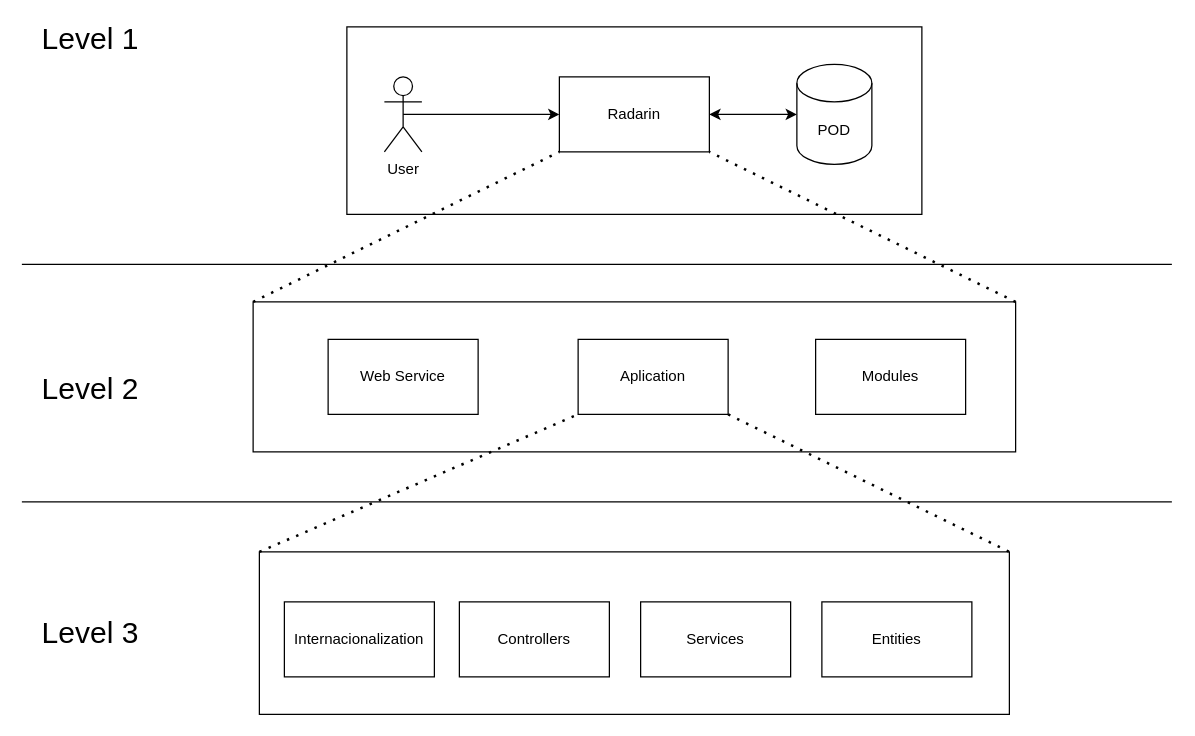
This is Architectural Elements/DriagramsRawType/05-BuildingBlockDiagram.drawio from Arquisoft/radarin_es3a, a draw.io file, before an edit. Source tidied: cells renumbered, new cells numbered last; positions are measured from the earlier drawing's top-left corner, leaving out a move shared by most shapes. Both pictures are drawn from the tidied source at 125%, with x=0, y=0 at pixel (21, 26).
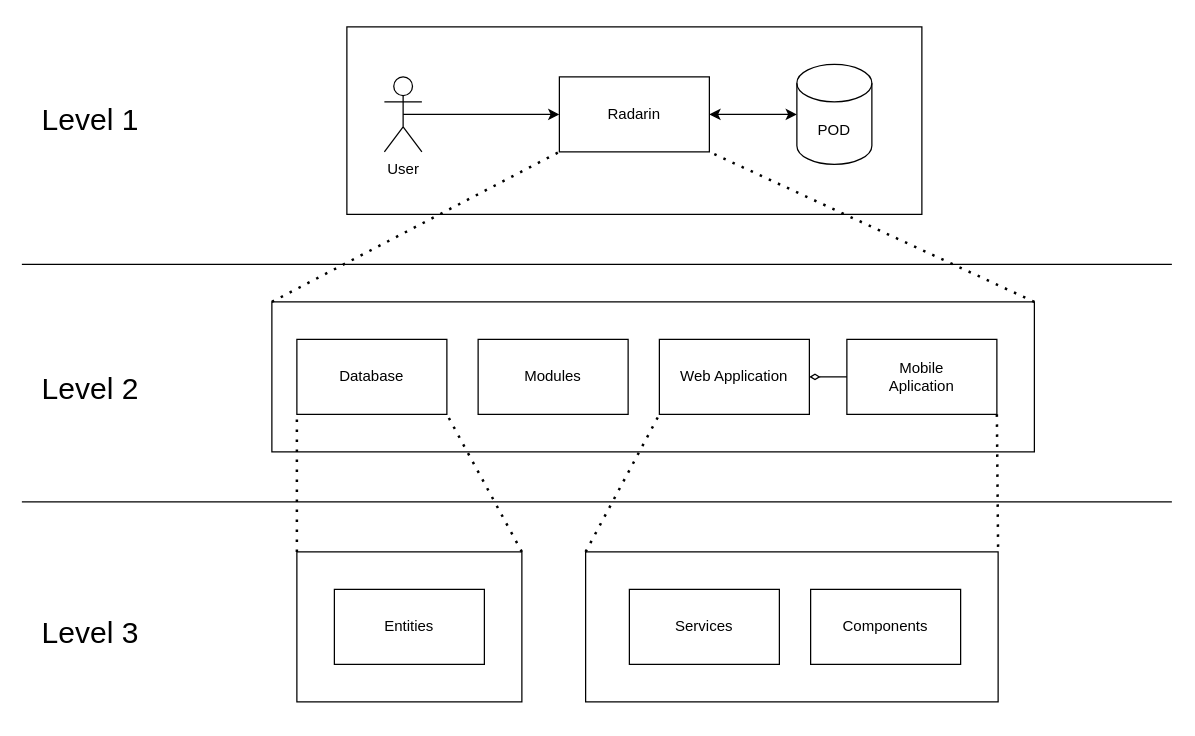
Above is the later version.

Change to the diagram source:
```diff
@@
+    <mxCell id="26" style="rounded=0;whiteSpace=wrap;html=1;" parent="1" vertex="1">
+      <mxGeometry x="220" y="420" width="180" height="120" as="geometry" />
+    </mxCell>
@@
     <mxCell id="8" style="rounded=0;whiteSpace=wrap;html=1;" parent="1" vertex="1">
-      <mxGeometry x="185" y="220" width="610" height="120" as="geometry" />
+      <mxGeometry x="200" y="220" width="610" height="120" as="geometry" />
     </mxCell>
-    <mxCell id="9" value="&lt;div&gt;Aplication&lt;/div&gt;" style="rounded=0;whiteSpace=wrap;html=1;" parent="1" vertex="1">
-      <mxGeometry x="445" y="250" width="120" height="60" as="geometry" />
+    <mxCell id="9" value="Mobile&lt;div&gt;Aplication&lt;/div&gt;" style="rounded=0;whiteSpace=wrap;html=1;" parent="1" vertex="1">
+      <mxGeometry x="660" y="250" width="120" height="60" as="geometry" />
     </mxCell>
     <mxCell id="10" value="&lt;div&gt;Modules&lt;/div&gt;" style="rounded=0;whiteSpace=wrap;html=1;" parent="1" vertex="1">
-      <mxGeometry x="635" y="250" width="120" height="60" as="geometry" />
+      <mxGeometry x="365" y="250" width="120" height="60" as="geometry" />
     </mxCell>
@@
     <mxCell id="13" style="rounded=0;whiteSpace=wrap;html=1;" parent="1" vertex="1">
-      <mxGeometry x="190" y="420" width="600" height="130" as="geometry" />
+      <mxGeometry x="451" y="420" width="330" height="120" as="geometry" />
     </mxCell>
-    <mxCell id="14" style="endArrow=none;dashed=1;html=1;dashPattern=1 3;strokeWidth=2;entryX=0;entryY=1;entryDx=0;entryDy=0;exitX=0;exitY=0;exitDx=0;exitDy=0;" parent="1" edge="1" source="13" target="9">
+    <mxCell id="14" style="endArrow=none;html=1;strokeWidth=1;entryX=0;entryY=0.5;entryDx=0;entryDy=0;exitX=1;exitY=0.5;exitDx=0;exitDy=0;startArrow=diamondThin;startFill=0;endFill=0;" parent="1" edge="1" source="25" target="9">
       <mxGeometry relative="1" as="geometry" />
     </mxCell>
@@
-    <mxCell id="16" value="&lt;div&gt;Internacionalization&lt;/div&gt;" style="rounded=0;whiteSpace=wrap;html=1;" parent="1" vertex="1">
-      <mxGeometry x="210" y="460" width="120" height="60" as="geometry" />
-    </mxCell>
     <mxCell id="17" value="Services" style="rounded=0;whiteSpace=wrap;html=1;" parent="1" vertex="1">
-      <mxGeometry x="495" y="460" width="120" height="60" as="geometry" />
+      <mxGeometry x="486" y="450" width="120" height="60" as="geometry" />
     </mxCell>
     <mxCell id="18" value="&lt;div&gt;Entities&lt;/div&gt;" style="rounded=0;whiteSpace=wrap;html=1;" parent="1" vertex="1">
-      <mxGeometry x="640" y="460" width="120" height="60" as="geometry" />
+      <mxGeometry x="250" y="450" width="120" height="60" as="geometry" />
     </mxCell>
-    <mxCell id="19" value="&lt;div&gt;Controllers&lt;/div&gt;" style="rounded=0;whiteSpace=wrap;html=1;" parent="1" vertex="1">
-      <mxGeometry x="350" y="460" width="120" height="60" as="geometry" />
+    <mxCell id="19" value="Components" style="rounded=0;whiteSpace=wrap;html=1;" parent="1" vertex="1">
+      <mxGeometry x="631" y="450" width="120" height="60" as="geometry" />
     </mxCell>
@@
     <mxCell id="22" value="&lt;font style=&quot;font-size: 24px&quot;&gt;Level 1&lt;/font&gt;" style="text;html=1;strokeColor=none;fillColor=none;align=center;verticalAlign=middle;whiteSpace=wrap;rounded=0;" parent="1" vertex="1">
-      <mxGeometry width="110" height="20" as="geometry" />
+      <mxGeometry y="65" width="110" height="20" as="geometry" />
     </mxCell>
@@
-    <mxCell id="25" value="Web Service" style="rounded=0;whiteSpace=wrap;html=1;" parent="1" vertex="1">
-      <mxGeometry x="245" y="250" width="120" height="60" as="geometry" />
+    <mxCell id="25" value="Web Application" style="rounded=0;whiteSpace=wrap;html=1;" parent="1" vertex="1">
+      <mxGeometry x="510" y="250" width="120" height="60" as="geometry" />
     </mxCell>
+    <mxCell id="27" value="Database" style="rounded=0;whiteSpace=wrap;html=1;" parent="1" vertex="1">
+      <mxGeometry x="220" y="250" width="120" height="60" as="geometry" />
+    </mxCell>
+    <mxCell id="28" style="endArrow=none;dashed=1;html=1;dashPattern=1 3;strokeWidth=2;entryX=0;entryY=1;entryDx=0;entryDy=0;exitX=0;exitY=0;exitDx=0;exitDy=0;" parent="1" edge="1" source="13" target="25">
+      <mxGeometry relative="1" as="geometry" />
+    </mxCell>
+    <mxCell id="29" style="endArrow=none;dashed=1;html=1;dashPattern=1 3;strokeWidth=2;entryX=0;entryY=1;entryDx=0;entryDy=0;exitX=0;exitY=0;exitDx=0;exitDy=0;" parent="1" edge="1" source="26" target="27">
+      <mxGeometry relative="1" as="geometry" />
+    </mxCell>
+    <mxCell id="30" style="endArrow=none;dashed=1;html=1;dashPattern=1 3;strokeWidth=2;entryX=1;entryY=1;entryDx=0;entryDy=0;exitX=1;exitY=0;exitDx=0;exitDy=0;" parent="1" edge="1" source="26" target="27">
+      <mxGeometry relative="1" as="geometry" />
+    </mxCell>
```
